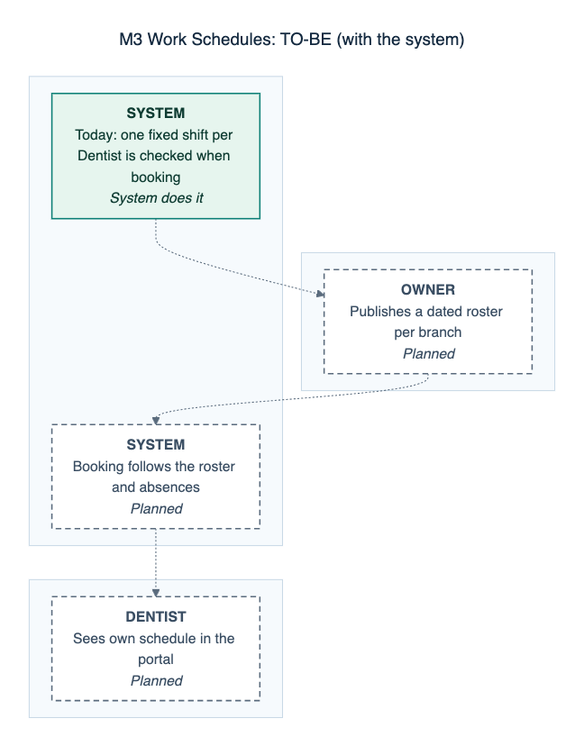
The Mermaid diagram docs/defense/diagrams/png/M3-work-schedules-to-be.png in 0phem/multibranch-dental-clinic, before a commit. Its source is kept beside it as docs/defense/diagrams/M3-work-schedules-to-be.mmd.
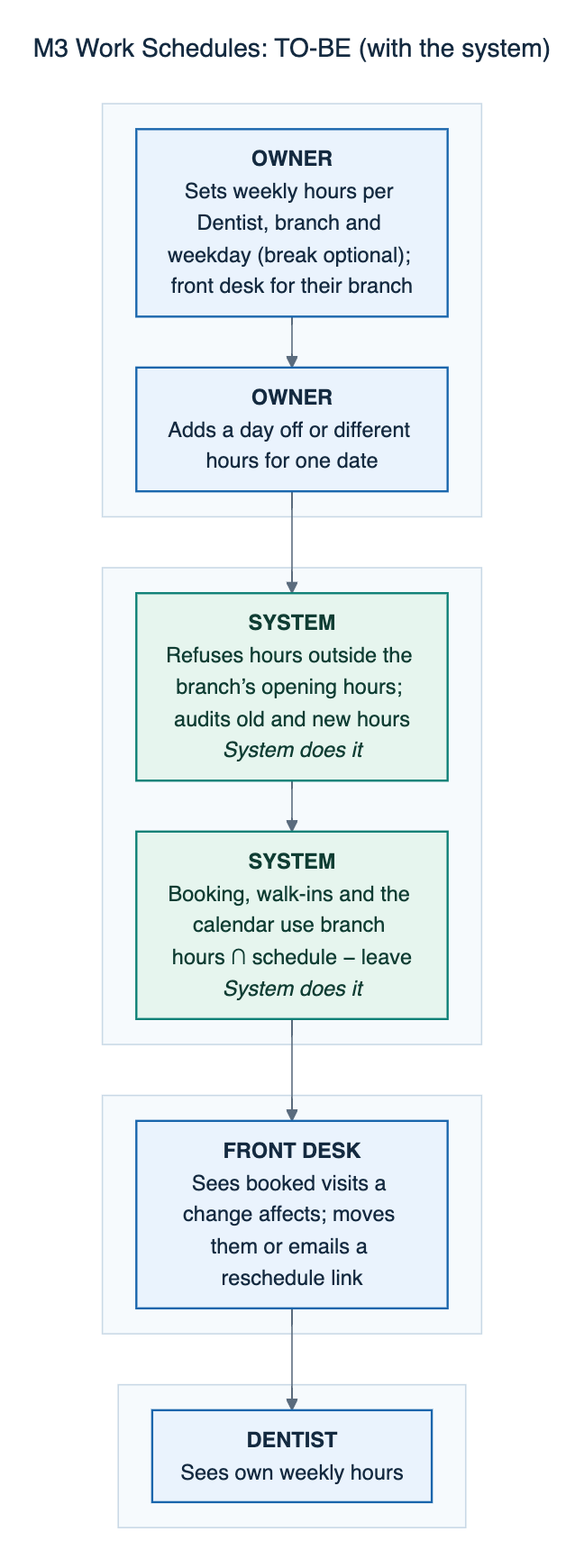
Later version of the same file.

Change to the diagram source:
```diff
@@ -2,22 +2,29 @@
 title: "M3 Work Schedules: TO-BE (with the system)"
 ---
 flowchart TB
+    subgraph L1[" "]
+    direction LR
+      S4["<b>FRONT DESK</b><br/>Sees booked visits a change affects; moves them or emails a reschedule link"]:::manual
+    end
     subgraph L2[" "]
     direction LR
-      S3["<b>DENTIST</b><br/>Sees own schedule in the portal<br/><i>Planned</i>"]:::planned
+      S5["<b>DENTIST</b><br/>Sees own weekly hours"]:::manual
     end
     subgraph L3[" "]
     direction LR
-      S1["<b>OWNER</b><br/>Publishes a dated roster per branch<br/><i>Planned</i>"]:::planned
+      S0["<b>OWNER</b><br/>Sets weekly hours per Dentist, branch and weekday (break optional); front desk for their branch"]:::manual
+      S1["<b>OWNER</b><br/>Adds a day off or different hours for one date"]:::manual
     end
     subgraph L4[" "]
     direction LR
-      S0["<b>SYSTEM</b><br/>Today: one fixed shift per Dentist is checked when booking<br/><i>System does it</i>"]:::auto
-      S2["<b>SYSTEM</b><br/>Booking follows the roster and absences<br/><i>Planned</i>"]:::planned
+      S2["<b>SYSTEM</b><br/>Refuses hours outside the branch’s opening hours; audits old and new hours<br/><i>System does it</i>"]:::auto
+      S3["<b>SYSTEM</b><br/>Booking, walk-ins and the calendar use branch hours ∩ schedule − leave<br/><i>System does it</i>"]:::auto
     end
-    S0 -.-> S1
-    S1 -.-> S2
-    S2 -.-> S3
+    S0 --> S1
+    S1 --> S2
+    S2 --> S3
+    S3 --> S4
+    S4 --> S5
     classDef cited fill:#eaf3fd,stroke:#1865ac,color:#142a40,stroke-width:1.5px
     classDef confirm fill:#fffaf0,stroke:#b26a00,color:#5e3c00,stroke-width:1.5px,stroke-dasharray:6 4
     classDef auto fill:#e6f5ee,stroke:#0c7f75,color:#0f3d33,stroke-width:1.5px
```
